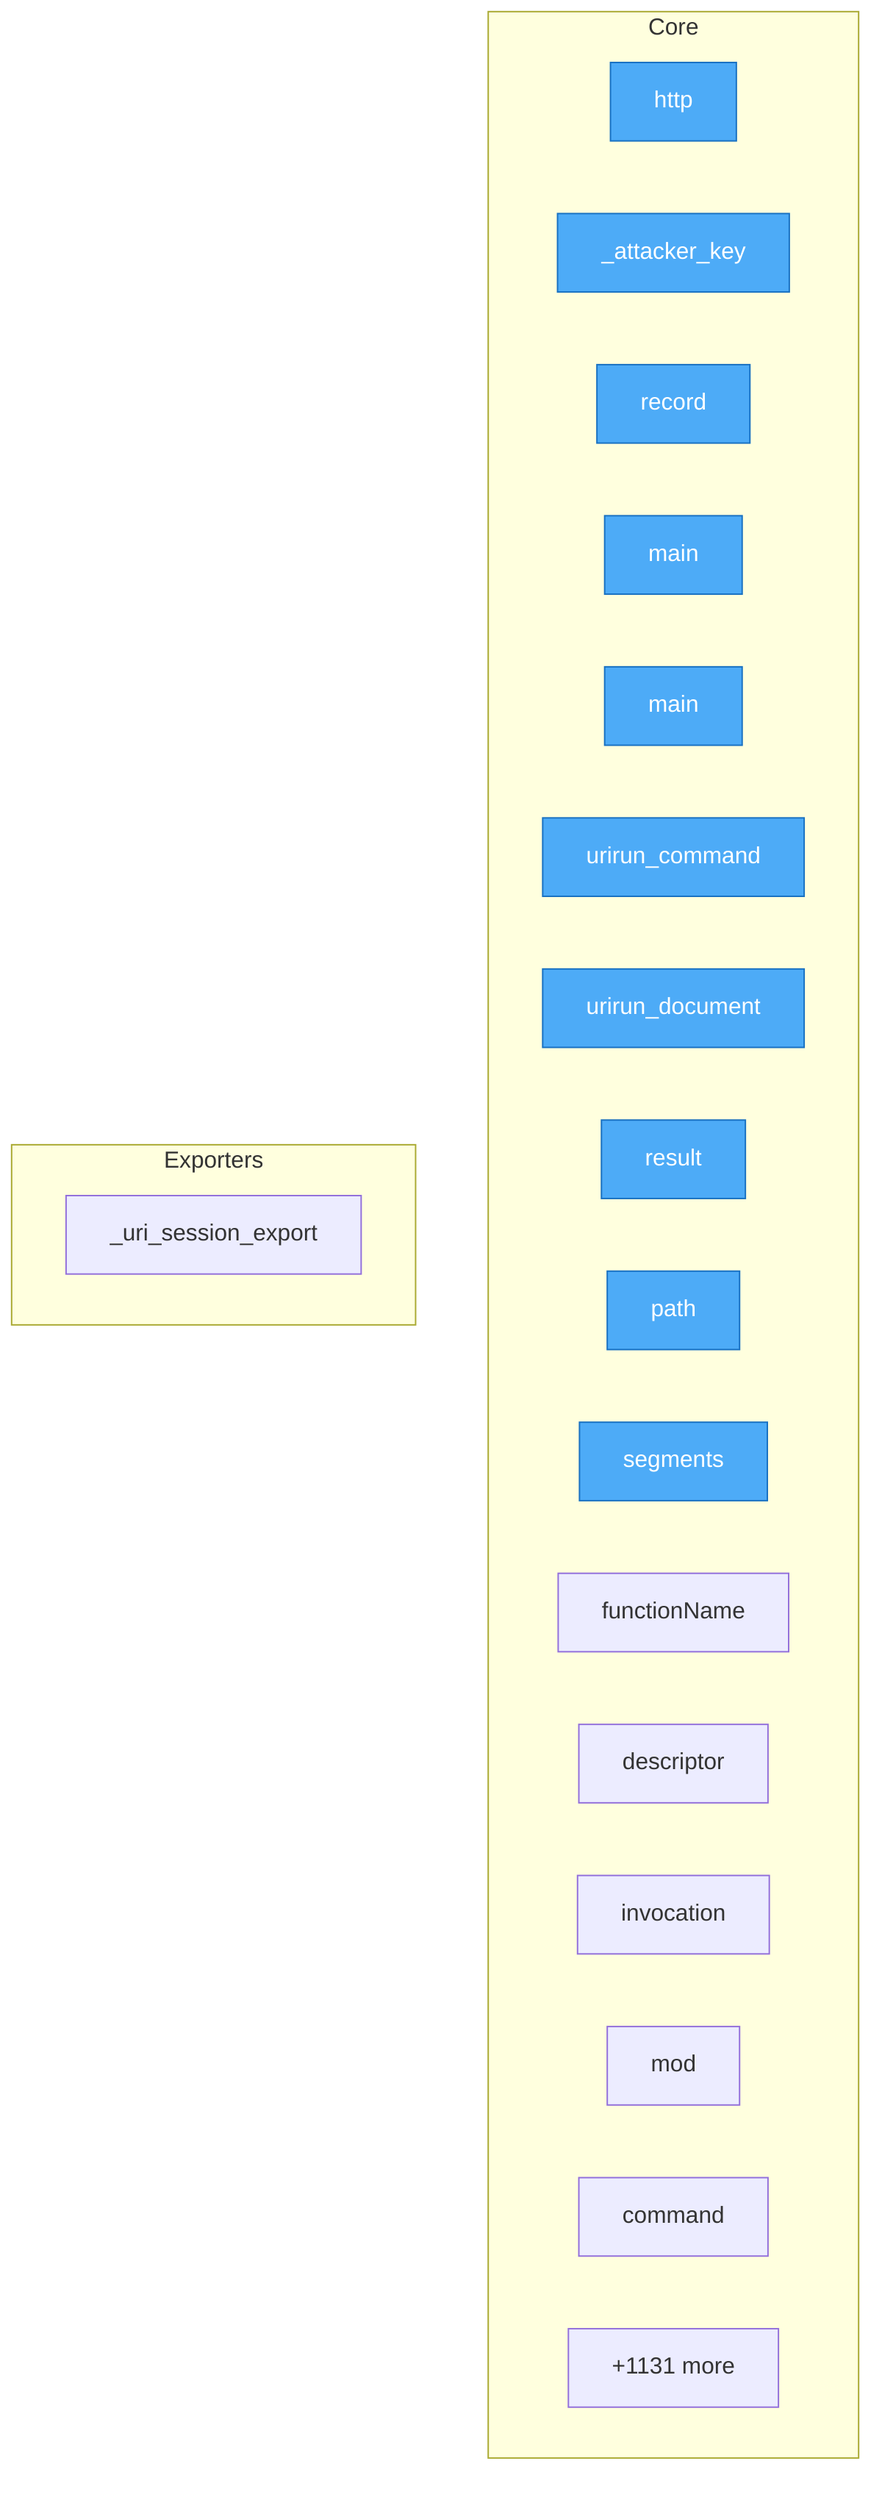
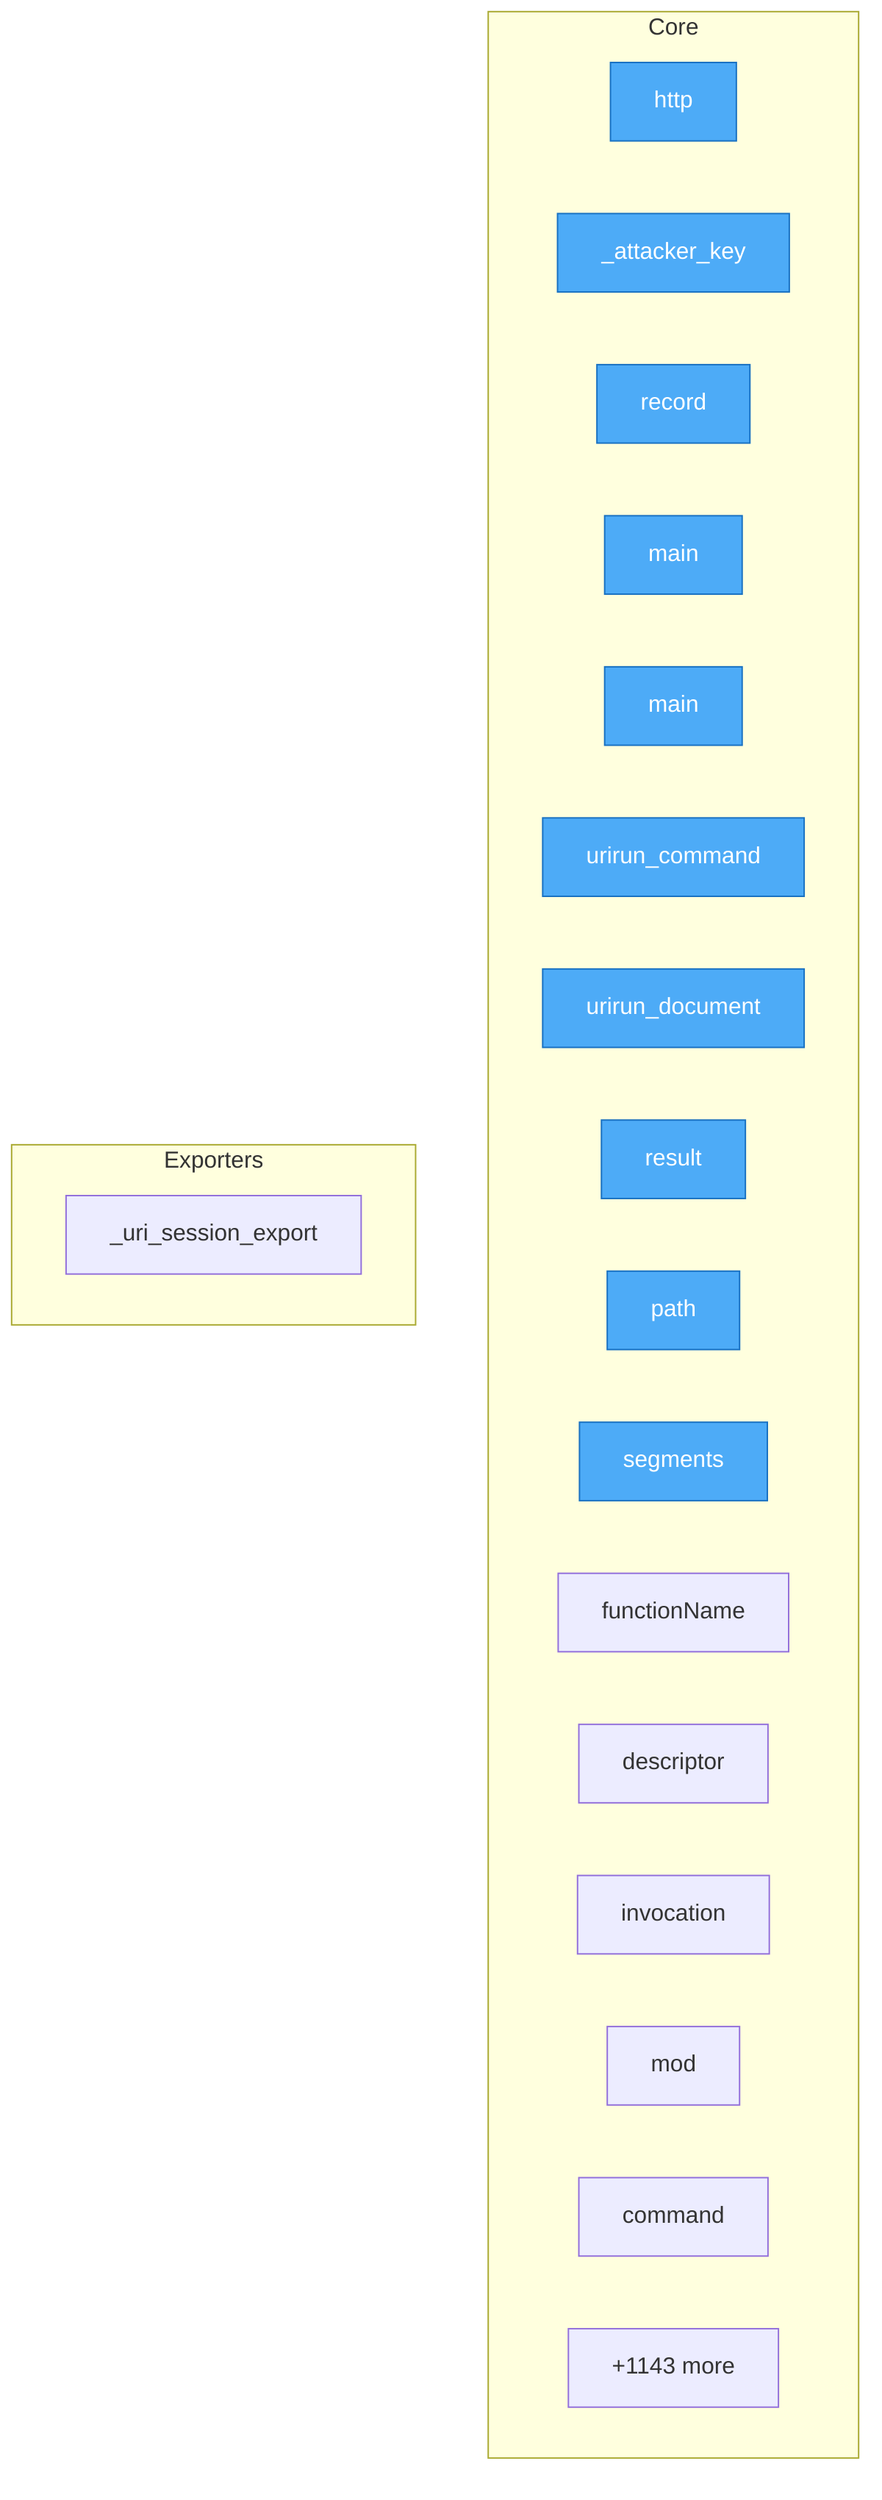
flowchart TD
- %% generated in 0.06s
+ %% generated in 0.07s

    %% Entry points (blue)
    classDef entry fill:#4dabf7,stroke:#1971c2,color:#fff

    subgraph Core
        security__mesh_probe__probe__http["http"]
        security__mesh_probe__probe___attacker_key["_attacker_key"]
        security__mesh_probe__probe__record["record"]
        adapters__conformance__main["main"]
        adapters__new_connector__main["main"]
        adapters__bash__urirun__urirun_command["urirun_command"]
        adapters__bash__urirun__urirun_document["urirun_document"]
        adapters__js__index__test__result["result"]
        adapters__js__path["path"]
        adapters__js__segments["segments"]
        adapters__js__functionName["functionName"]
        adapters__js__descriptor["descriptor"]
        adapters__js__invocation["invocation"]
        adapters__js__mod["mod"]
        adapters__java__Urirun__Urirun__command["command"]
-         ...["+1131 more"]
+         ...["+1143 more"]
    end

    subgraph Exporters
        adapters__python__urirun__node__skill___uri_session_export["_uri_session_export"]
    end

    class security__mesh_probe__probe__http,security__mesh_probe__probe___attacker_key,security__mesh_probe__probe__record,adapters__conformance__main,adapters__new_connector__main,adapters__bash__urirun__urirun_command,adapters__bash__urirun__urirun_document,adapters__js__index__test__result,adapters__js__path,adapters__js__segments entry
